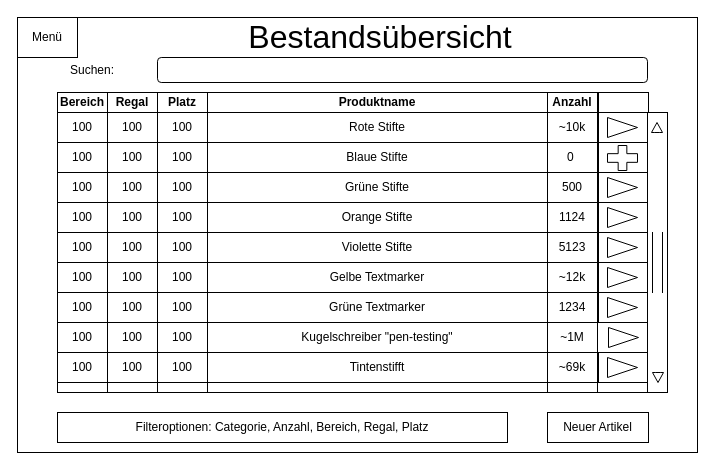
Earlier version of the draw.io diagram dev/mockups/raw/Bestandsansicht.drawio (callidaria/pen-testing). Source tidied: cells renumbered, new cells numbered last; positions are measured from the earlier drawing's top-left corner, leaving out a move shared by most shapes. Both pictures are drawn from the tidied source at 100%, with x=0, y=0 at pixel (17, 17).
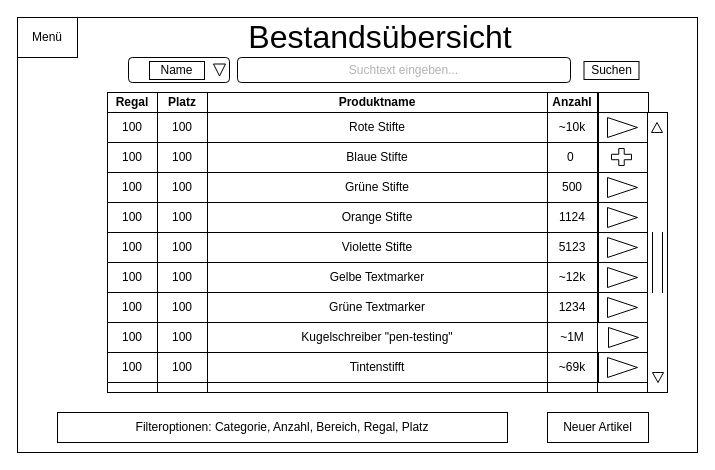
After the change.

What changed in the source:
```diff
@@
     <mxCell id="3" style="rounded=0;whiteSpace=wrap;html=1;" parent="1" vertex="1">
-      <mxGeometry x="40" y="95" width="590" height="280" as="geometry" />
+      <mxGeometry x="90" y="95" width="540" height="280" as="geometry" />
     </mxCell>
@@
-    <mxCell id="5" value="100" style="rounded=0;whiteSpace=wrap;html=1;" parent="1" vertex="1">
-      <mxGeometry x="40" y="95" width="50" height="30" as="geometry" />
-    </mxCell>
@@
-    <mxCell id="8" value="Bereich" style="rounded=0;whiteSpace=wrap;html=1;fontStyle=1;" parent="1" vertex="1">
-      <mxGeometry x="40" y="75" width="50" height="20" as="geometry" />
-    </mxCell>
@@
-    <mxCell id="18" value="100" style="rounded=0;whiteSpace=wrap;html=1;" parent="1" vertex="1">
-      <mxGeometry x="40" y="125" width="50" height="30" as="geometry" />
-    </mxCell>
@@
-    <mxCell id="24" value="100" style="rounded=0;whiteSpace=wrap;html=1;" parent="1" vertex="1">
-      <mxGeometry x="40" y="155" width="50" height="30" as="geometry" />
-    </mxCell>
@@
-    <mxCell id="31" value="100" style="rounded=0;whiteSpace=wrap;html=1;" parent="1" vertex="1">
-      <mxGeometry x="40" y="185" width="50" height="30" as="geometry" />
-    </mxCell>
@@
-    <mxCell id="38" value="100" style="rounded=0;whiteSpace=wrap;html=1;" parent="1" vertex="1">
-      <mxGeometry x="40" y="215" width="50" height="30" as="geometry" />
-    </mxCell>
@@
-    <mxCell id="45" value="100" style="rounded=0;whiteSpace=wrap;html=1;" parent="1" vertex="1">
-      <mxGeometry x="40" y="245" width="50" height="30" as="geometry" />
-    </mxCell>
@@
-    <mxCell id="52" value="100" style="rounded=0;whiteSpace=wrap;html=1;" parent="1" vertex="1">
-      <mxGeometry x="40" y="275" width="50" height="30" as="geometry" />
-    </mxCell>
@@
-    <mxCell id="59" value="100" style="rounded=0;whiteSpace=wrap;html=1;" parent="1" vertex="1">
-      <mxGeometry x="40" y="305" width="50" height="30" as="geometry" />
-    </mxCell>
@@
-    <mxCell id="66" value="100" style="rounded=0;whiteSpace=wrap;html=1;" parent="1" vertex="1">
-      <mxGeometry x="40" y="335" width="50" height="30" as="geometry" />
-    </mxCell>
@@
-    <mxCell id="73" style="rounded=0;whiteSpace=wrap;html=1;" parent="1" vertex="1">
-      <mxGeometry x="40" y="365" width="50" height="10" as="geometry" />
-    </mxCell>
@@
-    <mxCell id="79" style="shape=cross;whiteSpace=wrap;html=1;size=0.3475862068965398;" parent="1" vertex="1">
-      <mxGeometry x="590" y="128" width="30" height="25" as="geometry" />
+    <mxCell id="79" style="shape=cross;whiteSpace=wrap;html=1;size=0.32;" parent="1" vertex="1">
+      <mxGeometry x="594" y="131" width="20" height="17" as="geometry" />
     </mxCell>
-    <mxCell id="80" style="rounded=1;whiteSpace=wrap;html=1;" parent="1" vertex="1">
-      <mxGeometry x="140" y="40" width="490" height="25" as="geometry" />
+    <mxCell id="80" value="&lt;font color=&quot;#b3b3b3&quot;&gt;Suchtext eingeben...&lt;/font&gt;" style="rounded=1;whiteSpace=wrap;html=1;" parent="1" vertex="1">
+      <mxGeometry x="220" y="40" width="333" height="25" as="geometry" />
     </mxCell>
-    <mxCell id="81" value="Suchen:" style="text;html=1;strokeColor=none;fillColor=none;align=center;verticalAlign=middle;whiteSpace=wrap;rounded=0;" parent="1" vertex="1">
-      <mxGeometry x="50" y="42.5" width="50" height="20" as="geometry" />
-    </mxCell>
@@
+    <mxCell id="89" style="rounded=1;whiteSpace=wrap;html=1;" parent="1" vertex="1">
+      <mxGeometry x="111" y="40" width="101" height="25" as="geometry" />
+    </mxCell>
+    <mxCell id="90" style="triangle;whiteSpace=wrap;html=1;rotation=90;" parent="1" vertex="1">
+      <mxGeometry x="196" y="46.5" width="12" height="12" as="geometry" />
+    </mxCell>
+    <mxCell id="91" value="&lt;span style=&quot;white-space: normal&quot;&gt;Name&lt;/span&gt;" style="rounded=0;whiteSpace=wrap;html=1;" parent="1" vertex="1">
+      <mxGeometry x="132" y="44" width="55" height="18" as="geometry" />
+    </mxCell>
+    <mxCell id="92" value="&lt;span style=&quot;white-space: normal&quot;&gt;Suchen&lt;/span&gt;" style="rounded=0;whiteSpace=wrap;html=1;" parent="1" vertex="1">
+      <mxGeometry x="566.5" y="44" width="55" height="18" as="geometry" />
+    </mxCell>
```
